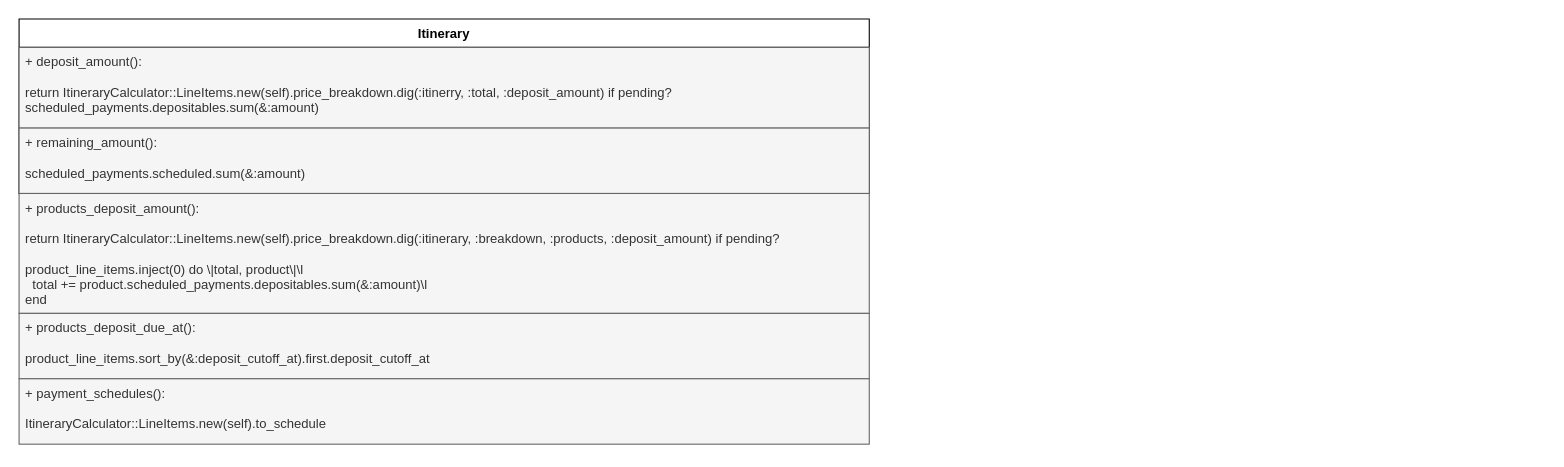
The draw.io diagram price_refactor.drawio in pRdm/diagrams, before the edit. Source tidied: cells renumbered, new cells numbered last; positions are measured from the earlier drawing's top-left corner, leaving out a move shared by most shapes. Both pictures are drawn from the tidied source at 109%, with x=0, y=0 at pixel (19, 19).
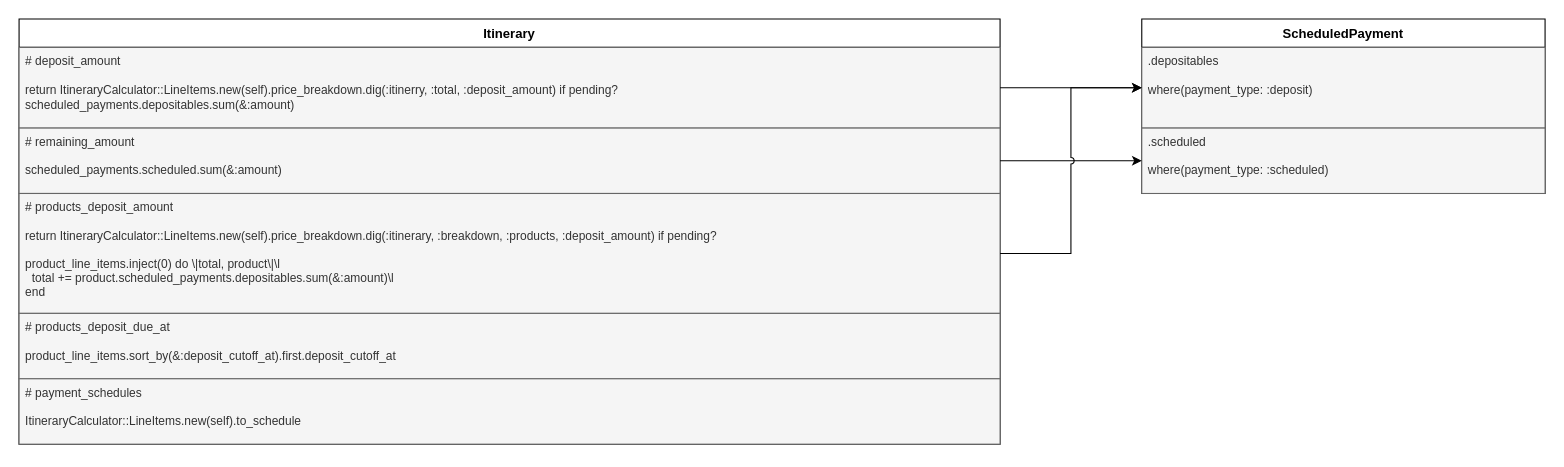
The same diagram, later.

Change to the diagram source:
```diff
@@
 <mxGraphModel>
   <root>
     <mxCell id="0" />
     <mxCell id="1" parent="0" />
     <mxCell id="2" value="Itinerary" style="swimlane;fontStyle=1;align=center;verticalAlign=top;horizontal=1;startSize=26;fontFamily=&quot;DejaVu Sans Code&quot;;whiteSpace=wrap;" parent="1" vertex="1">
-      <mxGeometry width="780" height="160" as="geometry" />
+      <mxGeometry width="900" height="390" as="geometry" />
     </mxCell>
-    <mxCell id="3" value="+ deposit_amount():&#10;&#10;return ItineraryCalculator::LineItems.new(self).price_breakdown.dig(:itinerry, :total, :deposit_amount) if pending?&#10;scheduled_payments.depositables.sum(&amp;:amount)" style="text;fillColor=#f5f5f5;align=left;verticalAlign=top;spacingLeft=4;spacingRight=4;overflow=hidden;points=[[0,0.5],[1,0.5]];portConstraint=eastwest;strokeColor=#666666;fontColor=#333333;" parent="2" vertex="1">
-      <mxGeometry y="26" width="780" height="74" as="geometry" />
+    <mxCell id="3" value="# deposit_amount&#10;&#10;return ItineraryCalculator::LineItems.new(self).price_breakdown.dig(:itinerry, :total, :deposit_amount) if pending?&#10;scheduled_payments.depositables.sum(&amp;:amount)" style="text;fillColor=#f5f5f5;align=left;verticalAlign=top;spacingLeft=4;spacingRight=4;overflow=hidden;points=[[0,0.5],[1,0.5]];portConstraint=eastwest;strokeColor=#666666;fontColor=#333333;fontFamily=&quot;DejaVu Sans Code&quot;;fontSize=11;whiteSpace=wrap;" parent="2" vertex="1">
+      <mxGeometry y="26" width="900" height="74" as="geometry" />
     </mxCell>
-    <mxCell id="4" value="+ remaining_amount():&#10;&#10;scheduled_payments.scheduled.sum(&amp;:amount)" style="text;fillColor=#f5f5f5;align=left;verticalAlign=top;spacingLeft=4;spacingRight=4;overflow=hidden;points=[[0,0.5],[1,0.5]];portConstraint=eastwest;strokeColor=#666666;fontColor=#333333;" parent="2" vertex="1">
-      <mxGeometry y="100" width="780" height="60" as="geometry" />
+    <mxCell id="4" value="# remaining_amount&#10;&#10;scheduled_payments.scheduled.sum(&amp;:amount)" style="text;fillColor=#f5f5f5;align=left;verticalAlign=top;spacingLeft=4;spacingRight=4;overflow=hidden;points=[[0,0.5],[1,0.5]];portConstraint=eastwest;strokeColor=#666666;fontColor=#333333;fontFamily=&quot;DejaVu Sans Code&quot;;fontSize=11;" parent="2" vertex="1">
+      <mxGeometry y="100" width="900" height="60" as="geometry" />
     </mxCell>
-    <mxCell id="5" value="+ products_deposit_amount():&#10;&#10;return ItineraryCalculator::LineItems.new(self).price_breakdown.dig(:itinerary, :breakdown, :products, :deposit_amount) if pending?&#10;&#10;      product_line_items.inject(0) do \|total, product\|\l&#10;  total += product.scheduled_payments.depositables.sum(&amp;:amount)\l&#10;      end" style="text;fillColor=#f5f5f5;align=left;verticalAlign=top;spacingLeft=4;spacingRight=4;overflow=hidden;strokeColor=#666666;fontColor=#333333;" parent="1" vertex="1">
-      <mxGeometry y="160" width="780" height="110" as="geometry" />
-    </mxCell>
-    <mxCell id="6" value="+ products_deposit_due_at():&#10;&#10;product_line_items.sort_by(&amp;:deposit_cutoff_at).first.deposit_cutoff_at" style="text;fillColor=#f5f5f5;align=left;verticalAlign=top;spacingLeft=4;spacingRight=4;overflow=hidden;strokeColor=#666666;fontColor=#333333;" parent="1" vertex="1">
-      <mxGeometry y="270" width="780" height="60" as="geometry" />
-    </mxCell>
-    <mxCell id="7" value="+ payment_schedules():&#10;&#10;ItineraryCalculator::LineItems.new(self).to_schedule" style="text;fillColor=#f5f5f5;align=left;verticalAlign=top;spacingLeft=4;spacingRight=4;overflow=hidden;strokeColor=#666666;fontColor=#333333;" parent="1" vertex="1">
-      <mxGeometry y="330" width="780" height="60" as="geometry" />
-    </mxCell>
+    <mxCell id="8" value="# products_deposit_amount&#10;&#10;return ItineraryCalculator::LineItems.new(self).price_breakdown.dig(:itinerary, :breakdown, :products, :deposit_amount) if pending?&#10;&#10;product_line_items.inject(0) do \|total, product\|\l&#10;  total += product.scheduled_payments.depositables.sum(&amp;:amount)\l&#10;end" style="text;fillColor=#f5f5f5;align=left;verticalAlign=top;spacingLeft=4;spacingRight=4;overflow=hidden;points=[[0,0.5],[1,0.5]];portConstraint=eastwest;strokeColor=#666666;fontColor=#333333;fontFamily=&quot;DejaVu Sans Code&quot;;fontSize=11;" parent="2" vertex="1">
+      <mxGeometry y="160" width="900" height="110" as="geometry" />
+    </mxCell>
+    <mxCell id="9" value="# products_deposit_due_at&#10;&#10;product_line_items.sort_by(&amp;:deposit_cutoff_at).first.deposit_cutoff_at" style="text;fillColor=#f5f5f5;align=left;verticalAlign=top;spacingLeft=4;spacingRight=4;overflow=hidden;strokeColor=#666666;fontColor=#333333;fontFamily=&quot;DejaVu Sans Code&quot;;fontSize=11;" parent="2" vertex="1">
+      <mxGeometry y="270" width="900" height="60" as="geometry" />
+    </mxCell>
+    <mxCell id="10" value="# payment_schedules&#10;&#10;ItineraryCalculator::LineItems.new(self).to_schedule" style="text;fillColor=#f5f5f5;align=left;verticalAlign=top;spacingLeft=4;spacingRight=4;overflow=hidden;strokeColor=#666666;fontColor=#333333;fontFamily=&quot;DejaVu Sans Code&quot;;fontSize=11;" parent="2" vertex="1">
+      <mxGeometry y="330" width="900" height="60" as="geometry" />
+    </mxCell>
+    <mxCell id="11" value="ScheduledPayment" style="swimlane;fontStyle=1;align=center;verticalAlign=top;horizontal=1;startSize=26;fontFamily=&quot;DejaVu Sans Code&quot;;whiteSpace=wrap;" parent="1" vertex="1">
+      <mxGeometry x="1030" width="370" height="160" as="geometry" />
+    </mxCell>
+    <mxCell id="12" value=".depositables&#10;&#10;      where(payment_type: :deposit)" style="text;fillColor=#f5f5f5;align=left;verticalAlign=top;spacingLeft=4;spacingRight=4;overflow=hidden;points=[[0,0.5],[1,0.5]];portConstraint=eastwest;strokeColor=#666666;fontColor=#333333;fontFamily=&quot;DejaVu Sans Code&quot;;fontSize=11;whiteSpace=wrap;" parent="11" vertex="1">
+      <mxGeometry y="26" width="370" height="74" as="geometry" />
+    </mxCell>
+    <mxCell id="13" value=".scheduled&#10;&#10;where(payment_type: :scheduled)" style="text;fillColor=#f5f5f5;align=left;verticalAlign=top;spacingLeft=4;spacingRight=4;overflow=hidden;points=[[0,0.5],[1,0.5]];portConstraint=eastwest;strokeColor=#666666;fontColor=#333333;fontFamily=&quot;DejaVu Sans Code&quot;;fontSize=11;" parent="11" vertex="1">
+      <mxGeometry y="100" width="370" height="60" as="geometry" />
+    </mxCell>
+    <mxCell id="14" style="edgeStyle=orthogonalEdgeStyle;rounded=0;jettySize=auto;html=1;entryX=0;entryY=0.5;entryDx=0;entryDy=0;fontFamily=&quot;DejaVu Sans Code&quot;;fontSize=11;fontColor=#333333;startSize=26;" parent="1" edge="1" source="3" target="12">
+      <mxGeometry relative="1" as="geometry" />
+    </mxCell>
+    <mxCell id="15" style="edgeStyle=orthogonalEdgeStyle;rounded=0;jettySize=auto;html=1;exitX=1;exitY=0.5;exitDx=0;exitDy=0;entryX=0;entryY=0.5;entryDx=0;entryDy=0;fontFamily=&quot;DejaVu Sans Code&quot;;fontSize=11;fontColor=#333333;startSize=26;" parent="1" edge="1" source="4" target="13">
+      <mxGeometry relative="1" as="geometry" />
+    </mxCell>
+    <mxCell id="16" style="edgeStyle=orthogonalEdgeStyle;rounded=0;jettySize=auto;html=1;exitX=1;exitY=0.5;exitDx=0;exitDy=0;entryX=0;entryY=0.5;entryDx=0;entryDy=0;fontFamily=&quot;DejaVu Sans Code&quot;;fontSize=11;fontColor=#333333;startSize=26;jumpStyle=arc;" parent="1" edge="1" source="8" target="12">
+      <mxGeometry relative="1" as="geometry" />
+    </mxCell>
   </root>
 </mxGraphModel>
```
